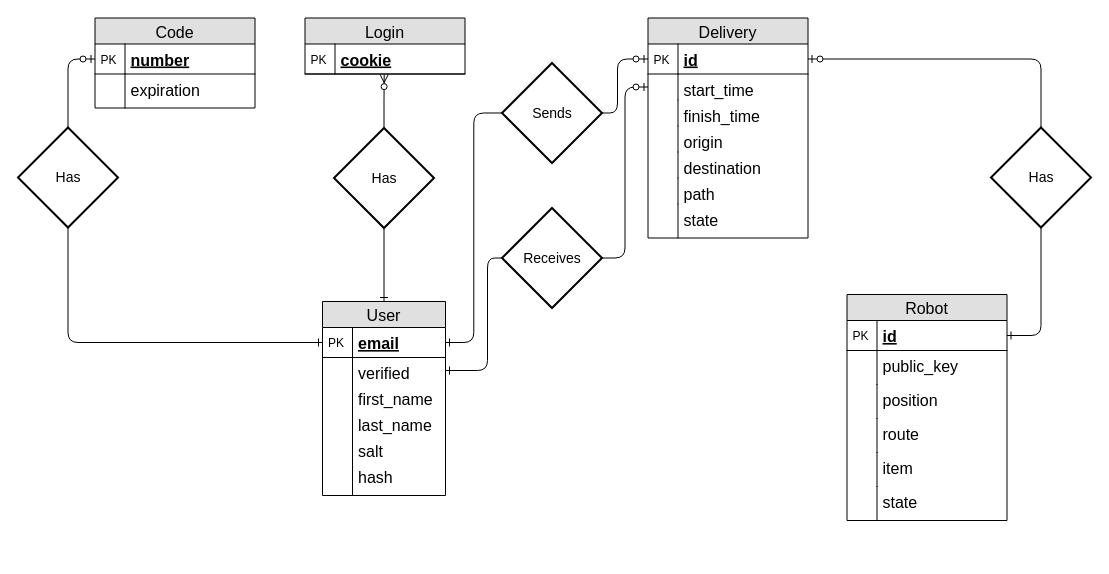
The draw.io diagram server/modeling/DB Model.drawio in developedby/DLVR, before the edit. Source tidied: cells renumbered, new cells numbered last; positions are measured from the earlier drawing's top-left corner, leaving out a move shared by most shapes. Both pictures are drawn from the tidied source at 100%, with x=0, y=0 at pixel (17, 17).
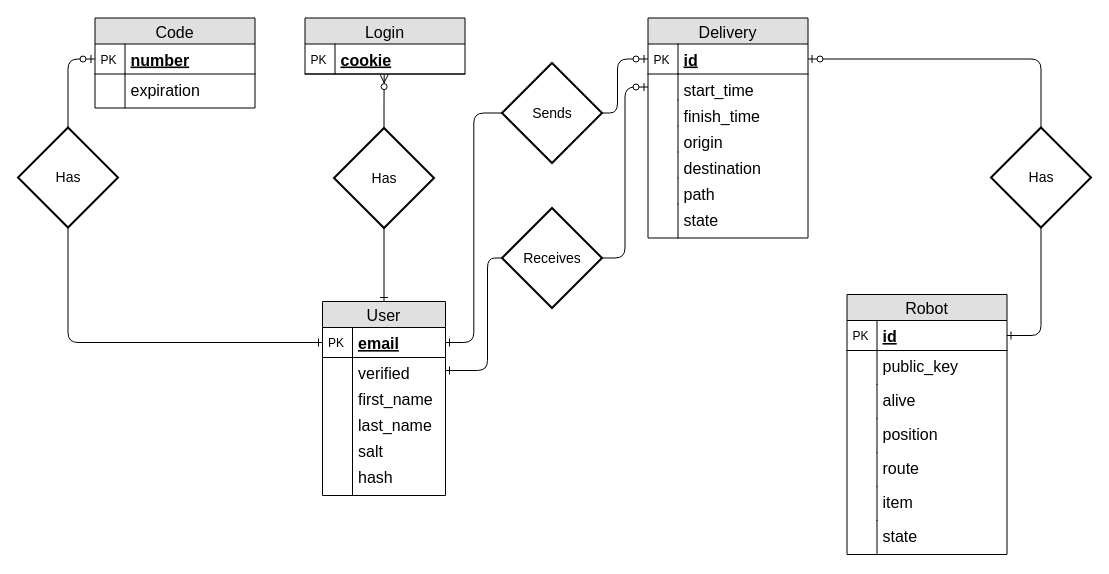
Above is the later version.

Change to the diagram source:
```diff
@@
     <mxCell id="27" value="Robot" style="swimlane;fontStyle=0;horizontal=1;startSize=26;fillColor=#e0e0e0;swimlaneFillColor=#ffffff;align=center;fontSize=16;" parent="1" vertex="1">
-      <mxGeometry x="829.5" y="277" width="160" height="226" as="geometry" />
+      <mxGeometry x="829.5" y="277" width="160" height="260" as="geometry" />
     </mxCell>
@@
+    <mxCell id="66" value="alive" style="shape=partialRectangle;top=0;left=0;right=0;bottom=0;align=left;verticalAlign=top;fillColor=none;spacingLeft=34;spacingRight=4;overflow=hidden;fontSize=16;" parent="27" vertex="1">
+      <mxGeometry y="90" width="160" height="34" as="geometry" />
+    </mxCell>
+    <mxCell id="67" style="shape=partialRectangle;top=0;left=0;bottom=0;fillColor=none;align=left;verticalAlign=top;spacingLeft=4;spacingRight=4;overflow=hidden;fontSize=12;" parent="66" vertex="1">
+      <mxGeometry width="30" height="34" as="geometry" />
+    </mxCell>
     <mxCell id="32" value="position" style="shape=partialRectangle;top=0;left=0;right=0;bottom=0;align=left;verticalAlign=top;fillColor=none;spacingLeft=34;spacingRight=4;overflow=hidden;fontSize=16;" parent="27" vertex="1">
-      <mxGeometry y="90" width="160" height="34" as="geometry" />
+      <mxGeometry y="124" width="160" height="34" as="geometry" />
     </mxCell>
@@
     <mxCell id="34" value="route" style="shape=partialRectangle;top=0;left=0;right=0;bottom=0;align=left;verticalAlign=top;fillColor=none;spacingLeft=34;spacingRight=4;overflow=hidden;fontSize=16;" parent="27" vertex="1">
-      <mxGeometry y="124" width="160" height="34" as="geometry" />
+      <mxGeometry y="158" width="160" height="34" as="geometry" />
     </mxCell>
@@
     <mxCell id="36" value="item" style="shape=partialRectangle;top=0;left=0;right=0;bottom=0;align=left;verticalAlign=top;fillColor=none;spacingLeft=34;spacingRight=4;overflow=hidden;fontSize=16;" parent="27" vertex="1">
-      <mxGeometry y="158" width="160" height="34" as="geometry" />
+      <mxGeometry y="192" width="160" height="34" as="geometry" />
     </mxCell>
@@
     <mxCell id="38" value="state" style="shape=partialRectangle;top=0;left=0;right=0;bottom=0;align=left;verticalAlign=top;fillColor=none;spacingLeft=34;spacingRight=4;overflow=hidden;fontSize=16;" parent="27" vertex="1">
-      <mxGeometry y="192" width="160" height="34" as="geometry" />
+      <mxGeometry y="226" width="160" height="34" as="geometry" />
     </mxCell>
```
